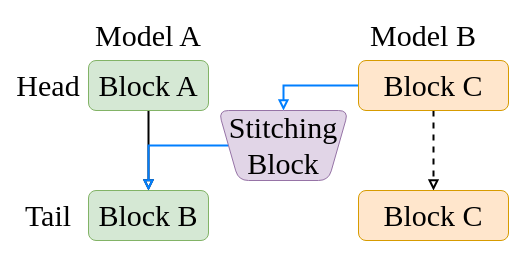
BDHU/blockllm-diagram keeps this draw.io diagram as stitch.drawio. Above is the earlier version. Source tidied: cells renumbered, new cells numbered last; positions are measured from the earlier drawing's top-left corner, leaving out a move shared by most shapes. Both pictures are drawn from the tidied source at 100%, with x=0, y=0 at pixel (18, 20).
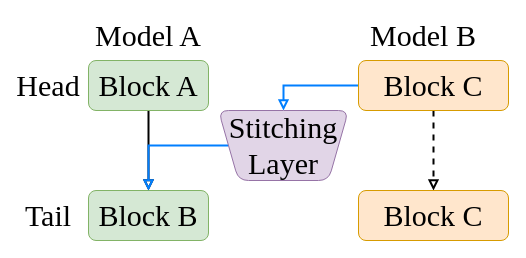
After the change.

Diff of the diagram source:
```diff
@@
 <mxGraphModel>
   <root>
     <mxCell id="0" />
     <mxCell id="1" parent="0" />
     <mxCell id="2" style="edgeStyle=orthogonalEdgeStyle;rounded=0;jettySize=auto;html=1;strokeWidth=2;endArrow=block;endFill=0;" parent="1" edge="1" source="3" target="4">
       <mxGeometry relative="1" as="geometry" />
     </mxCell>
     <mxCell id="3" value="&lt;font style=&quot;font-size: 30px;&quot; face=&quot;Times New Roman&quot;&gt;&lt;font&gt;Block A&lt;/font&gt;&lt;br&gt;&lt;/font&gt;" style="rounded=1;whiteSpace=wrap;html=1;fillColor=#d5e8d4;strokeColor=#82b366;" parent="1" vertex="1">
       <mxGeometry x="70" y="40" width="120" height="50" as="geometry" />
     </mxCell>
     <mxCell id="4" value="&lt;font style=&quot;font-size: 30px;&quot; face=&quot;Times New Roman&quot;&gt;&lt;font&gt;Block B&lt;/font&gt;&lt;br&gt;&lt;/font&gt;" style="rounded=1;whiteSpace=wrap;html=1;fillColor=#d5e8d4;strokeColor=#82b366;" parent="1" vertex="1">
       <mxGeometry x="70" y="170" width="120" height="50" as="geometry" />
     </mxCell>
     <mxCell id="5" style="edgeStyle=orthogonalEdgeStyle;rounded=0;jettySize=auto;html=1;entryX=0.5;entryY=0;entryDx=0;entryDy=0;endArrow=block;endFill=0;strokeWidth=2;dashed=1;" parent="1" edge="1" source="7" target="8">
       <mxGeometry relative="1" as="geometry" />
     </mxCell>
     <mxCell id="6" style="edgeStyle=orthogonalEdgeStyle;rounded=0;jettySize=auto;html=1;entryX=0.5;entryY=1;entryDx=0;entryDy=0;strokeWidth=2;strokeColor=#007FFF;endArrow=block;endFill=0;exitX=0;exitY=0.5;exitDx=0;exitDy=0;" parent="1" edge="1" source="7" target="10">
       <mxGeometry relative="1" as="geometry">
         <Array as="points">
           <mxPoint x="265" y="65" />
         </Array>
       </mxGeometry>
     </mxCell>
     <mxCell id="7" value="&lt;font style=&quot;font-size: 30px;&quot; face=&quot;Times New Roman&quot;&gt;&lt;font&gt;Block C&lt;/font&gt;&lt;br&gt;&lt;/font&gt;" style="rounded=1;whiteSpace=wrap;html=1;fillColor=#ffe6cc;strokeColor=#d79b00;" parent="1" vertex="1">
       <mxGeometry x="340" y="40" width="150" height="50" as="geometry" />
     </mxCell>
     <mxCell id="8" value="&lt;font style=&quot;font-size: 30px;&quot; face=&quot;Times New Roman&quot;&gt;&lt;font&gt;Block C&lt;/font&gt;&lt;br&gt;&lt;/font&gt;" style="rounded=1;whiteSpace=wrap;html=1;fillColor=#ffe6cc;strokeColor=#d79b00;" parent="1" vertex="1">
       <mxGeometry x="340" y="170" width="150" height="50" as="geometry" />
     </mxCell>
     <mxCell id="9" style="edgeStyle=orthogonalEdgeStyle;rounded=0;jettySize=auto;html=1;entryX=0.5;entryY=0;entryDx=0;entryDy=0;strokeColor=#007FFF;strokeWidth=2;endArrow=block;endFill=0;" parent="1" edge="1" source="10" target="4">
       <mxGeometry relative="1" as="geometry" />
     </mxCell>
-    <mxCell id="10" value="&lt;font face=&quot;Times New Roman&quot; style=&quot;font-size: 30px;&quot;&gt;Stitching Block&lt;br&gt;&lt;/font&gt;" style="shape=trapezoid;perimeter=trapezoidPerimeter;whiteSpace=wrap;html=1;fixedSize=1;direction=west;size=20;fillColor=#e1d5e7;strokeColor=#9673a6;rounded=1;" parent="1" vertex="1">
+    <mxCell id="10" value="&lt;font face=&quot;Times New Roman&quot; style=&quot;font-size: 30px;&quot;&gt;Stitching Layer&lt;br&gt;&lt;/font&gt;" style="shape=trapezoid;perimeter=trapezoidPerimeter;whiteSpace=wrap;html=1;fixedSize=1;direction=west;size=20;fillColor=#e1d5e7;strokeColor=#9673a6;rounded=1;" parent="1" vertex="1">
       <mxGeometry x="200" y="90" width="130" height="70" as="geometry" />
     </mxCell>
     <mxCell id="11" value="&lt;font face=&quot;Times New Roman&quot; style=&quot;font-size: 30px;&quot;&gt;Head&lt;/font&gt;" style="text;html=1;align=center;verticalAlign=middle;whiteSpace=wrap;rounded=0;" parent="1" vertex="1">
       <mxGeometry y="50" width="60" height="30" as="geometry" />
     </mxCell>
     <mxCell id="12" value="&lt;font style=&quot;font-size: 30px;&quot; face=&quot;Times New Roman&quot;&gt;Tail&lt;/font&gt;" style="text;html=1;align=center;verticalAlign=middle;whiteSpace=wrap;rounded=0;" parent="1" vertex="1">
       <mxGeometry y="180" width="60" height="30" as="geometry" />
     </mxCell>
     <mxCell id="13" value="&lt;font style=&quot;font-size: 30px;&quot; face=&quot;Times New Roman&quot;&gt;Model A&lt;br&gt;&lt;/font&gt;" style="text;html=1;align=center;verticalAlign=middle;whiteSpace=wrap;rounded=0;" parent="1" vertex="1">
       <mxGeometry x="75" width="110" height="30" as="geometry" />
     </mxCell>
     <mxCell id="14" value="&lt;font style=&quot;font-size: 30px;&quot; face=&quot;Times New Roman&quot;&gt;Model B&lt;br&gt;&lt;/font&gt;" style="text;html=1;align=center;verticalAlign=middle;whiteSpace=wrap;rounded=0;" parent="1" vertex="1">
       <mxGeometry x="350" width="110" height="30" as="geometry" />
     </mxCell>
   </root>
 </mxGraphModel>
```
